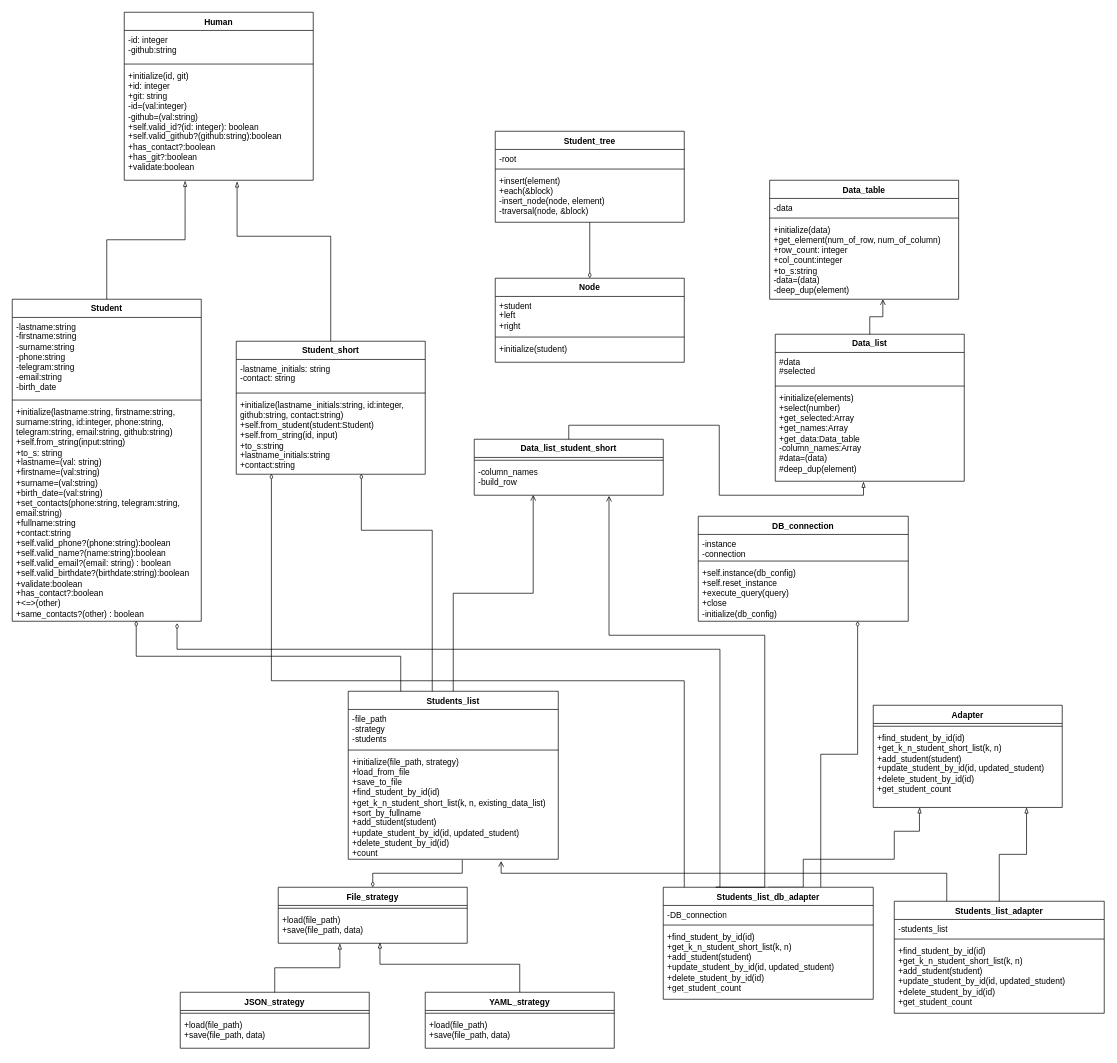
This is Students/Students.drawio from avtss/Patterns, a draw.io file, before an edit. Source tidied: cells renumbered, new cells numbered last; positions are measured from the earlier drawing's top-left corner, leaving out a move shared by most shapes. Both pictures are drawn from the tidied source at 70%, with x=0, y=0 at pixel (12, 12).
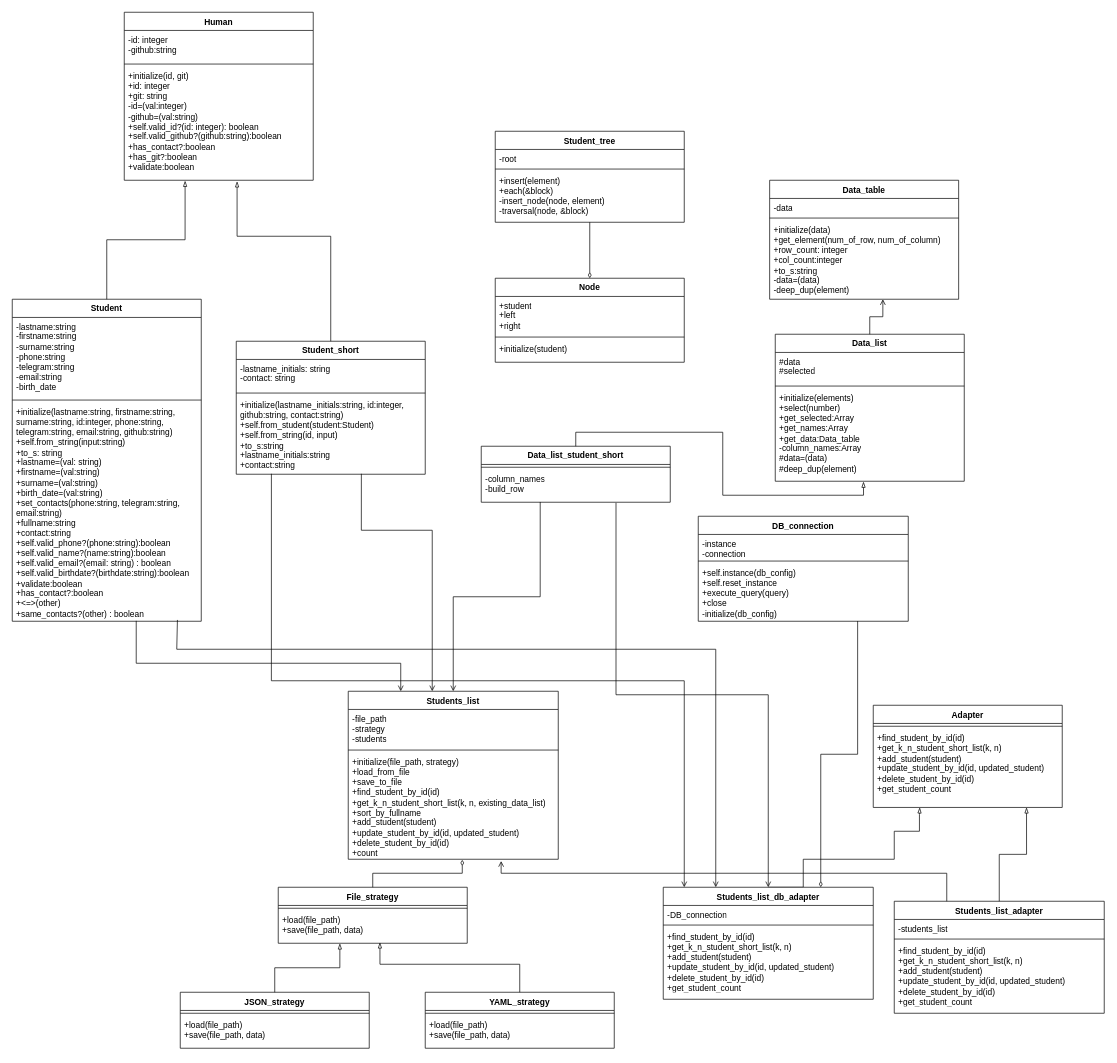
Above is the later version.

Commit message (it also covers changes not shown here):
Lab4. Updated class diagram

The change refers to these unchanged cells:
```xml
<mxCell id="9" value="+initialize(lastname_initials:string, id:integer, github:string, contact:string)&lt;div&gt;+self.from_student(student:Student)&lt;/div&gt;&lt;div&gt;+self.from_string(id, input)&lt;/div&gt;&lt;div&gt;+to_s:string&lt;/div&gt;&lt;div&gt;+lastname_initials:string&lt;/div&gt;&lt;div&gt;+contact:string&lt;/div&gt;" style="text;strokeColor=none;fillColor=none;align=left;verticalAlign=top;spacingLeft=4;spacingRight=4;overflow=hidden;points=[[0,0.5],[1,0.5]];portConstraint=eastwest;whiteSpace=wrap;html=1;" parent="6" vertex="1">
  <mxGeometry y="78" width="270" height="112" as="geometry" />
</mxCell>
<mxCell id="13" value="+initialize(lastname:string, firstname:string, surname:string, id:integer, phone:string, telegram:string, email:string, github:string)&lt;div&gt;+self.from_string(input:string)&lt;/div&gt;&lt;div&gt;+to_s: string&lt;/div&gt;&lt;div&gt;+lastname=(val: string)&lt;/div&gt;&lt;div&gt;+firstname=(val:string)&lt;/div&gt;&lt;div&gt;+surname=(val:string)&lt;/div&gt;&lt;div&gt;+birth_date=(val:string)&lt;/div&gt;&lt;div&gt;+set_contacts(phone:string, telegram:string, email:string)&lt;/div&gt;&lt;div&gt;+fullname:string&lt;/div&gt;&lt;div&gt;+contact:string&lt;/div&gt;&lt;div&gt;&lt;div&gt;+self.valid_phone?(phone:string):boolean&lt;/div&gt;&lt;div&gt;+self.valid_name?(name:string):boolean&lt;/div&gt;&lt;div&gt;+self.valid_email?(email: string) : boolean&lt;/div&gt;&lt;/div&gt;&lt;div&gt;+self.valid_birthdate?(birthdate:string):boolean&lt;/div&gt;&lt;div&gt;+validate:boolean&lt;/div&gt;&lt;div&gt;+has_contact?:boolean&lt;/div&gt;&lt;div&gt;+&amp;lt;=&amp;gt;(other)&lt;/div&gt;&lt;div&gt;+same_contacts?(other) : boolean&lt;/div&gt;" style="text;strokeColor=none;fillColor=none;align=left;verticalAlign=top;spacingLeft=4;spacingRight=4;overflow=hidden;points=[[0,0.5],[1,0.5]];portConstraint=eastwest;whiteSpace=wrap;html=1;" parent="10" vertex="1">
  <mxGeometry y="148" width="270" height="312" as="geometry" />
</mxCell>
<mxCell id="22" value="-column_names&lt;div&gt;-build_row&lt;/div&gt;" style="text;strokeColor=none;fillColor=none;align=left;verticalAlign=top;spacingLeft=4;spacingRight=4;overflow=hidden;points=[[0,0.5],[1,0.5]];portConstraint=eastwest;whiteSpace=wrap;html=1;" parent="20" vertex="1">
  <mxGeometry y="34" width="270" height="46" as="geometry" />
</mxCell>
<mxCell id="28" value="Students_list" style="swimlane;fontStyle=1;align=center;verticalAlign=top;horizontal=1;startSize=26;whiteSpace=wrap;html=1;" parent="1" vertex="1">
  <mxGeometry x="480" y="970" width="300" height="240" as="geometry" />
</mxCell>
<mxCell id="31" value="+initialize(file_path, strategy)&lt;div&gt;+load_from_file&lt;/div&gt;&lt;div&gt;+save_to_file&lt;/div&gt;&lt;div&gt;+find_student_by_id(id)&lt;/div&gt;&lt;div&gt;+get_k_n_student_short_list(k, n, existing_data_list)&lt;/div&gt;&lt;div&gt;+sort_by_fullname&lt;/div&gt;&lt;div&gt;+add_student(student)&lt;/div&gt;&lt;div&gt;+update_student_by_id(id, updated_student)&lt;/div&gt;&lt;div&gt;+delete_student_by_id(id)&lt;/div&gt;&lt;div&gt;+count&lt;/div&gt;" style="text;strokeColor=none;fillColor=none;align=left;verticalAlign=top;spacingLeft=4;spacingRight=4;overflow=hidden;points=[[0,0.5],[1,0.5]];portConstraint=eastwest;whiteSpace=wrap;html=1;" parent="28" vertex="1">
  <mxGeometry y="88" width="300" height="152" as="geometry" />
</mxCell>
<mxCell id="41" value="File_strategy" style="swimlane;fontStyle=1;align=center;verticalAlign=top;horizontal=1;startSize=26;whiteSpace=wrap;html=1;" parent="1" vertex="1">
  <mxGeometry x="380" y="1250" width="270" height="80" as="geometry" />
</mxCell>
<mxCell id="57" value="Students_list_db_adapter" style="swimlane;fontStyle=1;align=center;verticalAlign=top;horizontal=1;startSize=26;whiteSpace=wrap;html=1;" parent="1" vertex="1">
  <mxGeometry x="930" y="1250" width="300" height="160" as="geometry" />
</mxCell>
<mxCell id="77" value="+self.instance(db_config)&lt;div&gt;+self.reset_instance&lt;/div&gt;&lt;div&gt;+execute_query(query)&lt;/div&gt;&lt;div&gt;+close&lt;/div&gt;&lt;div&gt;-initialize(db_config)&lt;/div&gt;" style="text;strokeColor=none;fillColor=none;align=left;verticalAlign=top;spacingLeft=4;spacingRight=4;overflow=hidden;points=[[0,0.5],[1,0.5]];portConstraint=eastwest;whiteSpace=wrap;html=1;" parent="74" vertex="1">
  <mxGeometry y="68" width="300" height="82" as="geometry" />
</mxCell>
```

Change to the diagram source:
```diff
@@
     <mxCell id="20" value="Data_list_student_short" style="swimlane;fontStyle=1;align=center;verticalAlign=top;horizontal=1;startSize=26;whiteSpace=wrap;html=1;" parent="1" vertex="1">
-      <mxGeometry x="660" y="610" width="270" height="80" as="geometry" />
+      <mxGeometry x="670" y="620" width="270" height="80" as="geometry" />
     </mxCell>
@@
-    <mxCell id="52" style="edgeStyle=orthogonalEdgeStyle;rounded=0;jettySize=auto;html=1;entryX=0.872;entryY=1.009;entryDx=0;entryDy=0;entryPerimeter=0;endArrow=diamondThin;endFill=0;exitX=0.25;exitY=0;exitDx=0;exitDy=0;" parent="1" edge="1" source="57" target="13">
+    <mxCell id="52" style="edgeStyle=orthogonalEdgeStyle;rounded=0;jettySize=auto;html=1;endArrow=none;endFill=0;exitX=0.25;exitY=0;exitDx=0;exitDy=0;startArrow=open;startFill=0;entryX=0.874;entryY=0.994;entryDx=0;entryDy=0;entryPerimeter=0;" parent="1" edge="1" source="57" target="13">
       <mxGeometry relative="1" as="geometry">
         <Array as="points">
-          <mxPoint x="1011" y="1250" />
-          <mxPoint x="1011" y="910" />
+          <mxPoint x="1005" y="910" />
           <mxPoint x="235" y="910" />
         </Array>
       </mxGeometry>
     </mxCell>
@@
-    <mxCell id="65" style="edgeStyle=orthogonalEdgeStyle;rounded=0;jettySize=auto;html=1;exitX=0.5;exitY=0;exitDx=0;exitDy=0;entryX=0.543;entryY=1.005;entryDx=0;entryDy=0;entryPerimeter=0;endArrow=none;endFill=0;startArrow=diamondThin;startFill=0;" parent="1" edge="1" source="41" target="31">
+    <mxCell id="65" style="edgeStyle=orthogonalEdgeStyle;rounded=0;jettySize=auto;html=1;exitX=0.5;exitY=0;exitDx=0;exitDy=0;entryX=0.543;entryY=1.005;entryDx=0;entryDy=0;entryPerimeter=0;endArrow=diamondThin;endFill=0;startArrow=none;startFill=0;" parent="1" edge="1" source="41" target="31">
       <mxGeometry relative="1" as="geometry" />
     </mxCell>
-    <mxCell id="66" style="edgeStyle=orthogonalEdgeStyle;rounded=0;jettySize=auto;html=1;exitX=0.25;exitY=0;exitDx=0;exitDy=0;entryX=0.713;entryY=1.018;entryDx=0;entryDy=0;entryPerimeter=0;endArrow=open;endFill=0;" parent="1" edge="1" source="57" target="22">
-      <mxGeometry relative="1" as="geometry">
-        <Array as="points">
-          <mxPoint x="1075" y="890" />
-          <mxPoint x="853" y="890" />
-        </Array>
-      </mxGeometry>
+    <mxCell id="66" style="edgeStyle=orthogonalEdgeStyle;rounded=0;jettySize=auto;html=1;entryX=0.713;entryY=1.018;entryDx=0;entryDy=0;entryPerimeter=0;endArrow=none;endFill=0;startArrow=open;startFill=0;exitX=0.5;exitY=0;exitDx=0;exitDy=0;" parent="1" edge="1" source="57" target="22">
+      <mxGeometry relative="1" as="geometry" />
     </mxCell>
-    <mxCell id="67" style="edgeStyle=orthogonalEdgeStyle;rounded=0;jettySize=auto;html=1;exitX=0.5;exitY=0;exitDx=0;exitDy=0;entryX=0.312;entryY=0.992;entryDx=0;entryDy=0;entryPerimeter=0;endArrow=open;endFill=0;" parent="1" edge="1" source="28" target="22">
+    <mxCell id="67" style="edgeStyle=orthogonalEdgeStyle;rounded=0;jettySize=auto;html=1;exitX=0.5;exitY=0;exitDx=0;exitDy=0;entryX=0.312;entryY=0.992;entryDx=0;entryDy=0;entryPerimeter=0;endArrow=none;endFill=0;startArrow=open;startFill=0;" parent="1" edge="1" source="28" target="22">
       <mxGeometry relative="1" as="geometry" />
     </mxCell>
@@
-    <mxCell id="70" style="edgeStyle=orthogonalEdgeStyle;rounded=0;jettySize=auto;html=1;exitX=0.25;exitY=0;exitDx=0;exitDy=0;entryX=0.656;entryY=0.998;entryDx=0;entryDy=0;entryPerimeter=0;endArrow=diamondThin;endFill=0;" parent="1" edge="1" source="28" target="13">
-      <mxGeometry relative="1" as="geometry" />
+    <mxCell id="70" style="edgeStyle=orthogonalEdgeStyle;rounded=0;jettySize=auto;html=1;exitX=0.25;exitY=0;exitDx=0;exitDy=0;entryX=0.656;entryY=0.998;entryDx=0;entryDy=0;entryPerimeter=0;endArrow=none;endFill=0;startArrow=open;startFill=0;" parent="1" edge="1" source="28" target="13">
+      <mxGeometry relative="1" as="geometry">
+        <Array as="points">
+          <mxPoint x="555" y="930" />
+          <mxPoint x="177" y="930" />
+        </Array>
+      </mxGeometry>
     </mxCell>
-    <mxCell id="71" style="edgeStyle=orthogonalEdgeStyle;rounded=0;jettySize=auto;html=1;entryX=0.662;entryY=0.994;entryDx=0;entryDy=0;entryPerimeter=0;endArrow=diamondThin;endFill=0;" parent="1" edge="1" source="28" target="9">
+    <mxCell id="71" style="edgeStyle=orthogonalEdgeStyle;rounded=0;jettySize=auto;html=1;entryX=0.662;entryY=0.994;entryDx=0;entryDy=0;entryPerimeter=0;endArrow=none;endFill=0;startArrow=open;startFill=0;" parent="1" edge="1" source="28" target="9">
       <mxGeometry relative="1" as="geometry">
         <Array as="points">
           <mxPoint x="600" y="740" />
           <mxPoint x="499" y="740" />
         </Array>
       </mxGeometry>
     </mxCell>
-    <mxCell id="72" style="edgeStyle=orthogonalEdgeStyle;rounded=0;jettySize=auto;html=1;exitX=0.1;exitY=0;exitDx=0;exitDy=0;entryX=0.186;entryY=0.994;entryDx=0;entryDy=0;entryPerimeter=0;endArrow=diamondThin;endFill=0;exitPerimeter=0;" parent="1" edge="1" source="57" target="9">
+    <mxCell id="72" style="edgeStyle=orthogonalEdgeStyle;rounded=0;jettySize=auto;html=1;exitX=0.1;exitY=0;exitDx=0;exitDy=0;entryX=0.186;entryY=0.994;entryDx=0;entryDy=0;entryPerimeter=0;endArrow=none;endFill=0;exitPerimeter=0;startArrow=open;startFill=0;" parent="1" edge="1" source="57" target="9">
       <mxGeometry relative="1" as="geometry" />
     </mxCell>
@@
-    <mxCell id="78" style="edgeStyle=orthogonalEdgeStyle;rounded=0;jettySize=auto;html=1;exitX=0.75;exitY=0;exitDx=0;exitDy=0;entryX=0.759;entryY=0.997;entryDx=0;entryDy=0;entryPerimeter=0;endArrow=diamondThin;endFill=0;" parent="1" edge="1" source="57" target="77">
+    <mxCell id="78" style="edgeStyle=orthogonalEdgeStyle;rounded=0;jettySize=auto;html=1;exitX=0.75;exitY=0;exitDx=0;exitDy=0;entryX=0.759;entryY=0.997;entryDx=0;entryDy=0;entryPerimeter=0;endArrow=none;endFill=0;startArrow=diamondThin;startFill=0;" parent="1" edge="1" source="57" target="77">
       <mxGeometry relative="1" as="geometry" />
     </mxCell>
```
